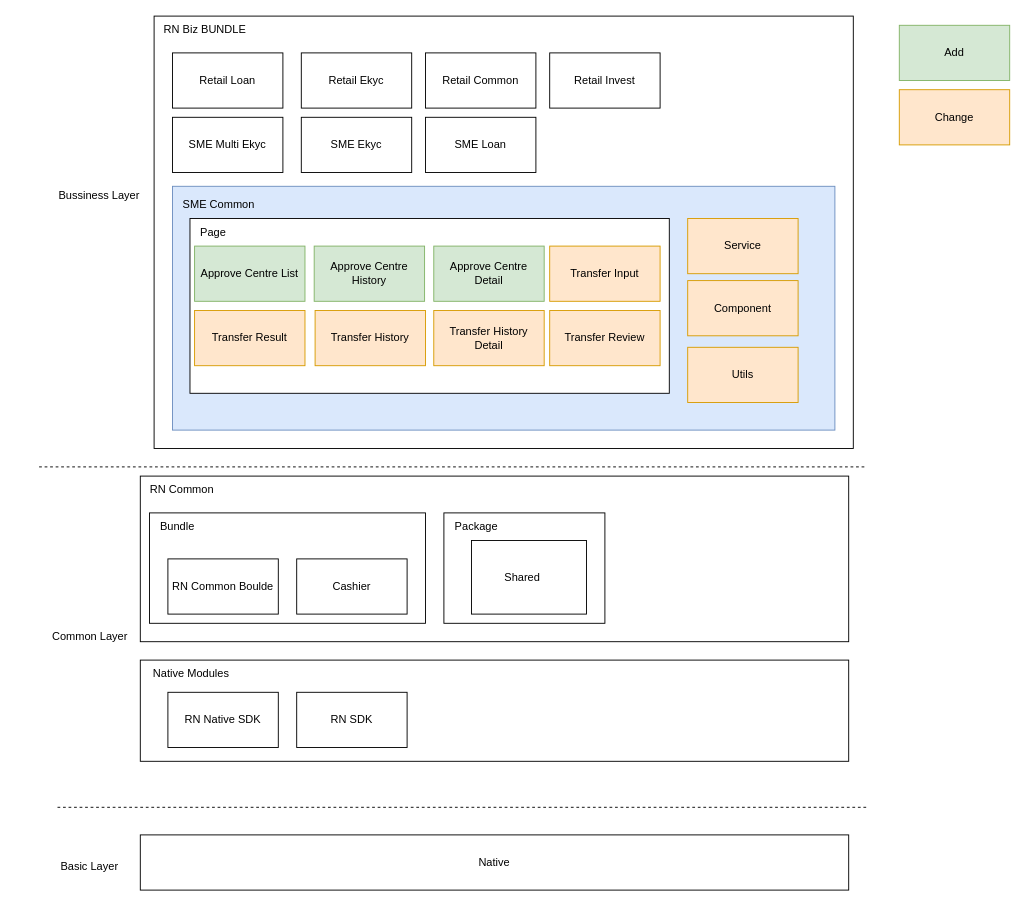
Earlier version of the draw.io diagram page "第 1 页" (1 of 3) of approveCentre.drawio (RexYao97/sfrex). Source tidied: cells renumbered, new cells numbered last; positions are measured from the earlier drawing's top-left corner, leaving out a move shared by most shapes. Both pictures are drawn from the tidied source at 92%, with x=0, y=0 at pixel (16, 16).
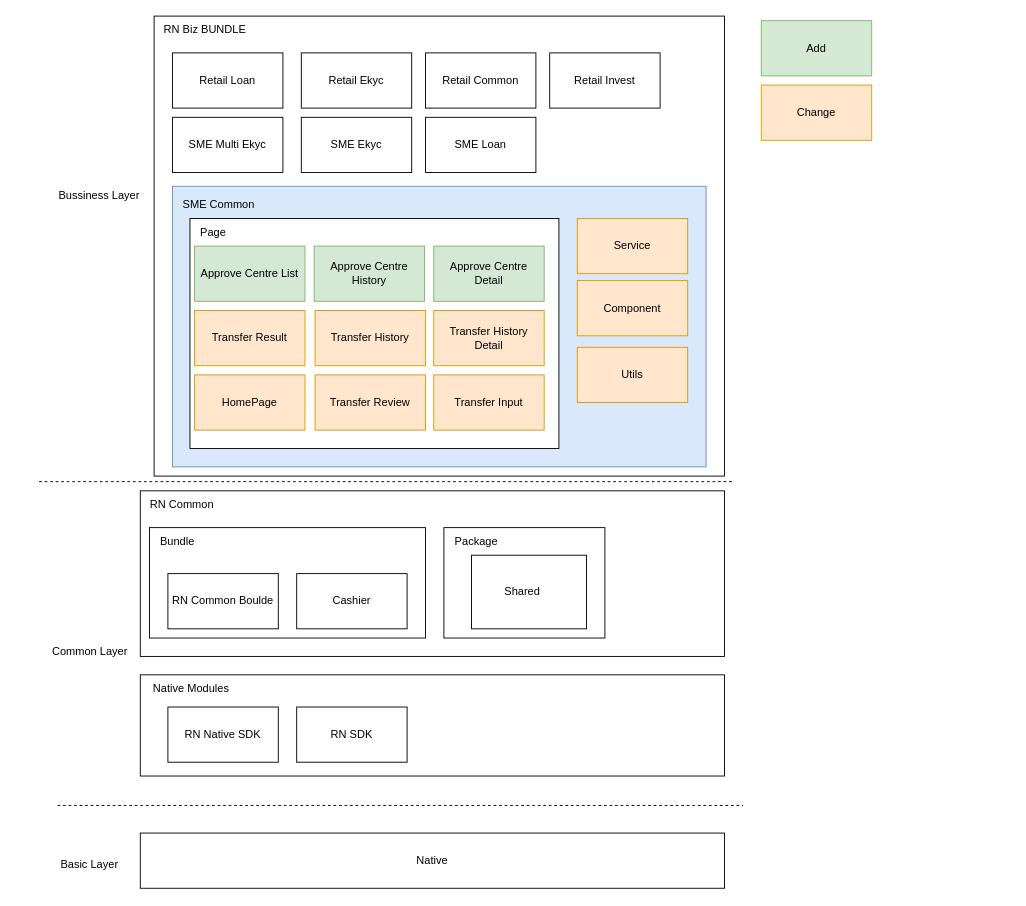
After the change.

The edit, as a diff of the source:
```diff
@@
     <mxCell id="2" style="rounded=0;whiteSpace=wrap;html=1;" parent="1" vertex="1">
-      <mxGeometry x="135" y="500" width="770" height="180" as="geometry" />
+      <mxGeometry x="135" y="516" width="635" height="180" as="geometry" />
     </mxCell>
     <mxCell id="3" style="rounded=0;whiteSpace=wrap;html=1;" parent="1" vertex="1">
-      <mxGeometry x="465" y="540" width="175" height="120" as="geometry" />
+      <mxGeometry x="465" y="556" width="175" height="120" as="geometry" />
     </mxCell>
     <mxCell id="4" style="endArrow=none;dashed=1;html=1;rounded=0;" parent="1" edge="1">
       <mxGeometry relative="1" as="geometry">
-        <mxPoint x="25" y="490" as="sourcePoint" />
-        <mxPoint x="925" y="490" as="targetPoint" />
+        <mxPoint x="25" y="506" as="sourcePoint" />
+        <mxPoint x="780" y="506" as="targetPoint" />
       </mxGeometry>
     </mxCell>
@@
     <mxCell id="6" style="rounded=0;whiteSpace=wrap;html=1;" parent="1" vertex="1">
-      <mxGeometry x="150" width="760" height="470" as="geometry" />
+      <mxGeometry x="150" width="620" height="500" as="geometry" />
     </mxCell>
@@
     <mxCell id="12" style="rounded=0;whiteSpace=wrap;html=1;fillColor=#dae8fc;strokeColor=#6c8ebf;" parent="1" vertex="1">
-      <mxGeometry x="170" y="185" width="720" height="265" as="geometry" />
+      <mxGeometry x="170" y="185" width="580" height="305" as="geometry" />
     </mxCell>
@@
     <mxCell id="17" value="Common Layer" style="text;html=1;align=center;verticalAlign=middle;strokeColor=none;fillColor=none;" parent="1" vertex="1">
-      <mxGeometry x="25" y="660" width="110" height="30" as="geometry" />
+      <mxGeometry x="25" y="676" width="110" height="30" as="geometry" />
     </mxCell>
     <mxCell id="18" style="rounded=0;whiteSpace=wrap;html=1;" parent="1" vertex="1">
-      <mxGeometry x="145" y="540" width="300" height="120" as="geometry" />
+      <mxGeometry x="145" y="556" width="300" height="120" as="geometry" />
     </mxCell>
     <mxCell id="19" value="RN Common Boulde" style="whiteSpace=wrap;html=1;" parent="1" vertex="1">
-      <mxGeometry x="165" y="590" width="120" height="60" as="geometry" />
+      <mxGeometry x="165" y="606" width="120" height="60" as="geometry" />
     </mxCell>
     <mxCell id="20" value="Cashier" style="whiteSpace=wrap;html=1;" parent="1" vertex="1">
-      <mxGeometry x="305" y="590" width="120" height="60" as="geometry" />
+      <mxGeometry x="305" y="606" width="120" height="60" as="geometry" />
     </mxCell>
     <mxCell id="21" style="whiteSpace=wrap;html=1;" parent="1" vertex="1">
-      <mxGeometry x="495" y="570" width="125" height="80" as="geometry" />
+      <mxGeometry x="495" y="586" width="125" height="80" as="geometry" />
     </mxCell>
     <mxCell id="22" value="Bundle" style="text;html=1;align=center;verticalAlign=middle;strokeColor=none;fillColor=none;" parent="1" vertex="1">
-      <mxGeometry x="145" y="540" width="60" height="30" as="geometry" />
+      <mxGeometry x="145" y="556" width="60" height="30" as="geometry" />
     </mxCell>
     <mxCell id="23" value="Package" style="text;html=1;align=center;verticalAlign=middle;strokeColor=none;fillColor=none;" parent="1" vertex="1">
-      <mxGeometry x="465" y="540" width="70" height="30" as="geometry" />
+      <mxGeometry x="465" y="556" width="70" height="30" as="geometry" />
     </mxCell>
     <mxCell id="24" value="RN Common" style="text;html=1;align=center;verticalAlign=middle;strokeColor=none;fillColor=none;" parent="1" vertex="1">
-      <mxGeometry x="135" y="500" width="90" height="30" as="geometry" />
+      <mxGeometry x="135" y="516" width="90" height="30" as="geometry" />
     </mxCell>
     <mxCell id="25" style="rounded=0;whiteSpace=wrap;html=1;" parent="1" vertex="1">
-      <mxGeometry x="135" y="700" width="770" height="110" as="geometry" />
+      <mxGeometry x="135" y="716" width="635" height="110" as="geometry" />
     </mxCell>
     <mxCell id="26" value="Native Modules" style="text;html=1;align=center;verticalAlign=middle;strokeColor=none;fillColor=none;" parent="1" vertex="1">
-      <mxGeometry x="135" y="700" width="110" height="30" as="geometry" />
+      <mxGeometry x="135" y="716" width="110" height="30" as="geometry" />
     </mxCell>
     <mxCell id="27" value="RN Native SDK" style="rounded=0;whiteSpace=wrap;html=1;" parent="1" vertex="1">
-      <mxGeometry x="165" y="735" width="120" height="60" as="geometry" />
+      <mxGeometry x="165" y="751" width="120" height="60" as="geometry" />
     </mxCell>
     <mxCell id="28" value="RN SDK" style="rounded=0;whiteSpace=wrap;html=1;" parent="1" vertex="1">
-      <mxGeometry x="305" y="735" width="120" height="60" as="geometry" />
+      <mxGeometry x="305" y="751" width="120" height="60" as="geometry" />
     </mxCell>
     <mxCell id="29" style="endArrow=none;dashed=1;html=1;rounded=0;" parent="1" edge="1">
       <mxGeometry relative="1" as="geometry">
-        <mxPoint x="45" y="860" as="sourcePoint" />
-        <mxPoint x="925" y="860" as="targetPoint" />
+        <mxPoint x="45" y="858" as="sourcePoint" />
+        <mxPoint x="790" y="858" as="targetPoint" />
       </mxGeometry>
     </mxCell>
     <mxCell id="30" value="Basic Layer" style="text;html=1;strokeColor=none;fillColor=none;align=center;verticalAlign=middle;whiteSpace=wrap;rounded=0;" parent="1" vertex="1">
-      <mxGeometry y="910" width="160" height="30" as="geometry" />
+      <mxGeometry y="908" width="160" height="30" as="geometry" />
     </mxCell>
     <mxCell id="31" value="Native" style="rounded=0;whiteSpace=wrap;html=1;" parent="1" vertex="1">
-      <mxGeometry x="135" y="890" width="770" height="60" as="geometry" />
+      <mxGeometry x="135" y="888" width="635" height="60" as="geometry" />
     </mxCell>
     <mxCell id="32" style="rounded=0;whiteSpace=wrap;html=1;" parent="1" vertex="1">
-      <mxGeometry x="189" y="220" width="521" height="190" as="geometry" />
+      <mxGeometry x="189" y="220" width="401" height="250" as="geometry" />
     </mxCell>
@@
     <mxCell id="37" value="Add" style="rounded=0;whiteSpace=wrap;html=1;fillColor=#d5e8d4;strokeColor=#82b366;" parent="1" vertex="1">
-      <mxGeometry x="960" y="10" width="120" height="60" as="geometry" />
+      <mxGeometry x="810" y="5" width="120" height="60" as="geometry" />
     </mxCell>
     <mxCell id="38" value="Transfer Input" style="rounded=0;whiteSpace=wrap;html=1;fillColor=#ffe6cc;strokeColor=#d79b00;" parent="1" vertex="1">
-      <mxGeometry x="580" y="250" width="120" height="60" as="geometry" />
+      <mxGeometry x="454" y="390" width="120" height="60" as="geometry" />
     </mxCell>
@@
     <mxCell id="40" value="Transfer Review" style="rounded=0;whiteSpace=wrap;html=1;fillColor=#ffe6cc;strokeColor=#d79b00;" parent="1" vertex="1">
-      <mxGeometry x="580" y="320" width="120" height="60" as="geometry" />
+      <mxGeometry x="325" y="390" width="120" height="60" as="geometry" />
     </mxCell>
@@
     <mxCell id="43" value="Change" style="rounded=0;whiteSpace=wrap;html=1;fillColor=#ffe6cc;strokeColor=#d79b00;" parent="1" vertex="1">
-      <mxGeometry x="960" y="80" width="120" height="60" as="geometry" />
+      <mxGeometry x="810" y="75" width="120" height="60" as="geometry" />
     </mxCell>
     <mxCell id="44" value="Service" style="rounded=0;whiteSpace=wrap;html=1;fillColor=#ffe6cc;strokeColor=#d79b00;" parent="1" vertex="1">
-      <mxGeometry x="730" y="220" width="120" height="60" as="geometry" />
+      <mxGeometry x="610" y="220" width="120" height="60" as="geometry" />
     </mxCell>
     <mxCell id="45" value="Component" style="rounded=0;whiteSpace=wrap;html=1;fillColor=#ffe6cc;strokeColor=#d79b00;" parent="1" vertex="1">
-      <mxGeometry x="730" y="287.5" width="120" height="60" as="geometry" />
+      <mxGeometry x="610" y="287.5" width="120" height="60" as="geometry" />
     </mxCell>
     <mxCell id="46" value="Utils" style="rounded=0;whiteSpace=wrap;html=1;fillColor=#ffe6cc;strokeColor=#d79b00;" parent="1" vertex="1">
-      <mxGeometry x="730" y="360" width="120" height="60" as="geometry" />
+      <mxGeometry x="610" y="360" width="120" height="60" as="geometry" />
     </mxCell>
     <mxCell id="47" value="Shared" style="text;html=1;align=center;verticalAlign=middle;strokeColor=none;fillColor=none;" parent="1" vertex="1">
-      <mxGeometry x="520" y="595" width="60" height="30" as="geometry" />
+      <mxGeometry x="520" y="611" width="60" height="30" as="geometry" />
     </mxCell>
+    <mxCell id="48" value="HomePage" style="rounded=0;whiteSpace=wrap;html=1;fillColor=#ffe6cc;strokeColor=#d79b00;" parent="1" vertex="1">
+      <mxGeometry x="194" y="390" width="120" height="60" as="geometry" />
+    </mxCell>
```
